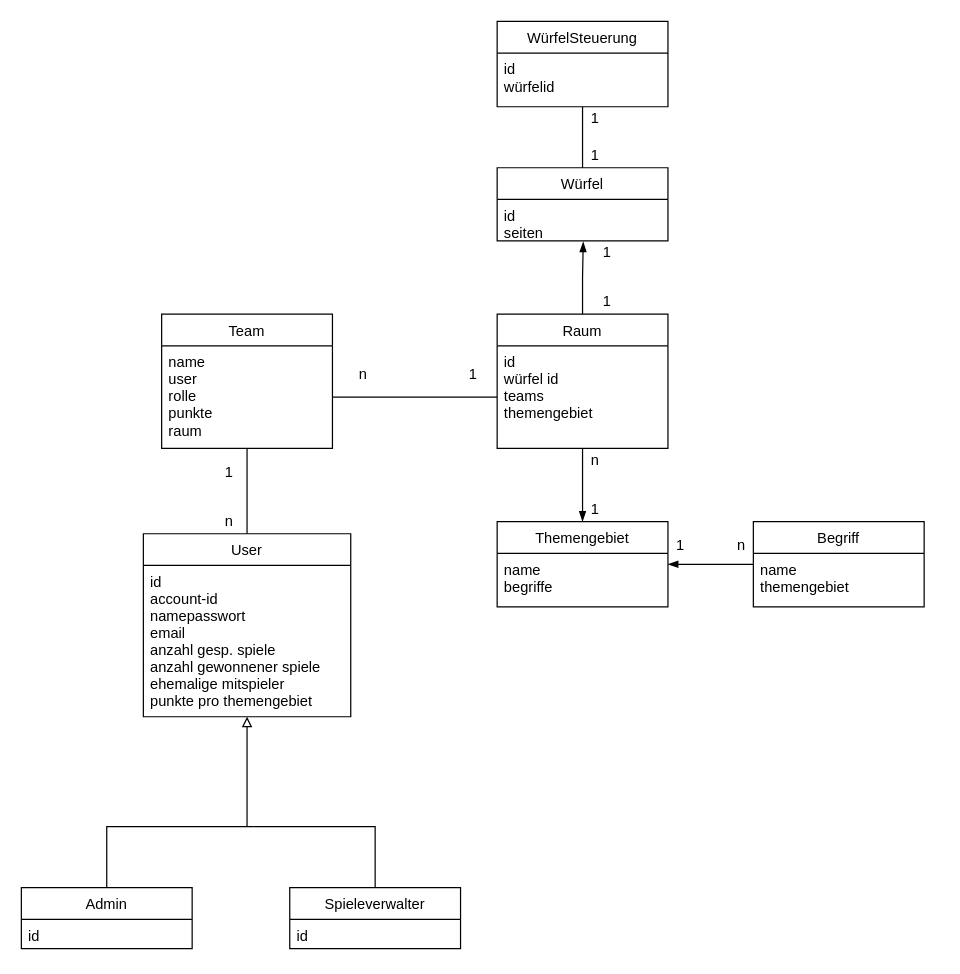
Earlier version of the draw.io diagram documentation/diagrams/class_diagram.drawio (BeyerMart/softwareEngineeringClass-timeGuessGame). Source tidied: cells renumbered, new cells numbered last; positions are measured from the earlier drawing's top-left corner, leaving out a move shared by most shapes. Both pictures are drawn from the tidied source at 122%, with x=0, y=0 at pixel (21, 21).
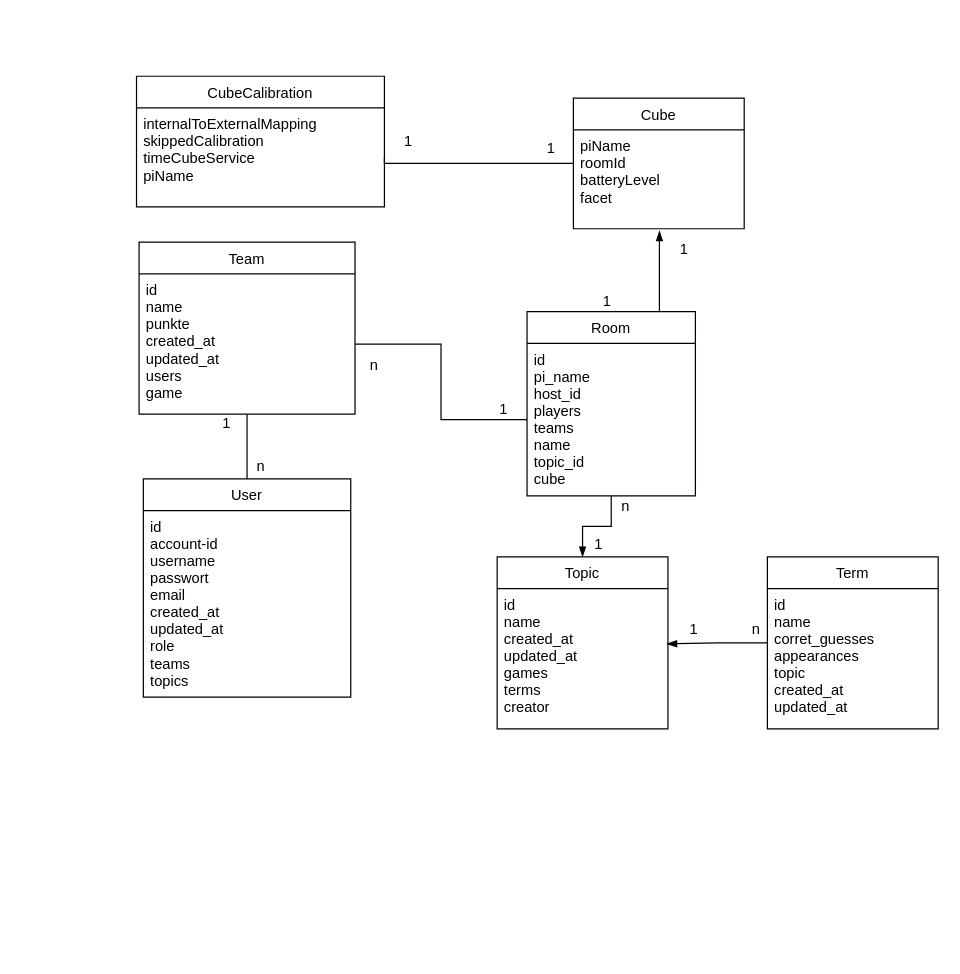
The same page after the edit.

Commit message (it also covers changes not shown here):
Update Concept (Class and Component Diagram)

What changed in the source:
```diff
@@
     <mxCell id="2" value="Team" style="swimlane;fontStyle=0;horizontal=1;startSize=26;fillColor=none;" parent="1" vertex="1">
-      <mxGeometry x="115" y="240" width="140" height="110" as="geometry" />
+      <mxGeometry x="96.5" y="181" width="177" height="141" as="geometry" />
     </mxCell>
-    <mxCell id="3" value="name&#10;user&#10;rolle&#10;punkte&#10;raum&#10;&#10;&#10;" style="text;strokeColor=none;fillColor=none;align=left;verticalAlign=top;spacingLeft=4;spacingRight=4;overflow=hidden;points=[[0,0.5],[1,0.5]];portConstraint=eastwest;" parent="2" vertex="1">
-      <mxGeometry y="26" width="140" height="84" as="geometry" />
+    <mxCell id="3" value="id&#10;name&#10;punkte&#10;created_at&#10;updated_at&#10;users&#10;game&#10;" style="text;strokeColor=none;fillColor=none;align=left;verticalAlign=top;spacingLeft=4;spacingRight=4;overflow=hidden;points=[[0,0.5],[1,0.5]];portConstraint=eastwest;" parent="2" vertex="1">
+      <mxGeometry y="26" width="177" height="115" as="geometry" />
     </mxCell>
@@
-    <mxCell id="5" style="edgeStyle=orthogonalEdgeStyle;rounded=0;jettySize=auto;html=1;endArrow=none;endFill=0;startArrow=block;startFill=0;" parent="1" edge="1" source="6">
-      <mxGeometry relative="1" as="geometry">
-        <mxPoint x="185" y="660" as="targetPoint" />
-      </mxGeometry>
-    </mxCell>
     <mxCell id="6" value="User" style="swimlane;fontStyle=0;horizontal=1;startSize=26;fillColor=none;" parent="1" vertex="1">
-      <mxGeometry x="100" y="420" width="170" height="150" as="geometry" />
+      <mxGeometry x="100" y="375" width="170" height="179" as="geometry" />
     </mxCell>
-    <mxCell id="7" value="id&#10;account-id&#10;namepasswort&#10;email&#10;anzahl gesp. spiele&#10;anzahl gewonnener spiele&#10;ehemalige mitspieler&#10;punkte pro themengebiet&#10;&#10;&#10;&#10;&#10;" style="text;strokeColor=none;fillColor=none;align=left;verticalAlign=top;spacingLeft=4;spacingRight=4;overflow=hidden;" parent="6" vertex="1">
-      <mxGeometry y="26" width="170" height="124" as="geometry" />
+    <mxCell id="7" value="id&#10;account-id&#10;username&#10;passwort&#10;email&#10;created_at&#10;updated_at&#10;role&#10;teams&#10;topics&#10;&#10;&#10;&#10;" style="text;strokeColor=none;fillColor=none;align=left;verticalAlign=top;spacingLeft=4;spacingRight=4;overflow=hidden;" parent="6" vertex="1">
+      <mxGeometry y="26" width="170" height="153" as="geometry" />
     </mxCell>
-    <mxCell id="8" style="edgeStyle=orthogonalEdgeStyle;rounded=0;jettySize=auto;html=1;endArrow=none;endFill=0;" parent="1" edge="1" source="9">
-      <mxGeometry relative="1" as="geometry">
-        <mxPoint x="190" y="660" as="targetPoint" />
-        <Array as="points">
-          <mxPoint x="70" y="660" />
-        </Array>
-      </mxGeometry>
-    </mxCell>
-    <mxCell id="9" value="Admin" style="swimlane;fontStyle=0;horizontal=1;startSize=26;fillColor=none;" parent="1" vertex="1">
-      <mxGeometry y="710" width="140" height="50" as="geometry" />
-    </mxCell>
-    <mxCell id="10" value="id" style="text;strokeColor=none;fillColor=none;align=left;verticalAlign=top;spacingLeft=4;spacingRight=4;overflow=hidden;" parent="9" vertex="1">
-      <mxGeometry y="26" width="140" height="24" as="geometry" />
-    </mxCell>
-    <mxCell id="11" style="edgeStyle=orthogonalEdgeStyle;rounded=0;jettySize=auto;html=1;endArrow=none;endFill=0;exitX=0.5;exitY=0;exitDx=0;exitDy=0;" parent="1" edge="1" source="12">
-      <mxGeometry relative="1" as="geometry">
-        <mxPoint x="190" y="660" as="targetPoint" />
-        <Array as="points">
-          <mxPoint x="290" y="660" />
-        </Array>
-      </mxGeometry>
-    </mxCell>
-    <mxCell id="12" value="Spieleverwalter" style="swimlane;fontStyle=0;horizontal=1;startSize=26;fillColor=none;" parent="1" vertex="1">
-      <mxGeometry x="220" y="710" width="140" height="50" as="geometry" />
-    </mxCell>
-    <mxCell id="13" value="id" style="text;strokeColor=none;fillColor=none;align=left;verticalAlign=top;spacingLeft=4;spacingRight=4;overflow=hidden;" parent="12" vertex="1">
-      <mxGeometry y="26" width="140" height="24" as="geometry" />
-    </mxCell>
     <mxCell id="14" style="edgeStyle=orthogonalEdgeStyle;rounded=0;jettySize=auto;html=1;entryX=0.504;entryY=1.02;entryDx=0;entryDy=0;entryPerimeter=0;endArrow=blockThin;endFill=1;" parent="1" edge="1" source="16" target="22">
-      <mxGeometry relative="1" as="geometry" />
+      <mxGeometry relative="1" as="geometry">
+        <Array as="points">
+          <mxPoint x="523" y="187" />
+          <mxPoint x="523" y="187" />
+        </Array>
+      </mxGeometry>
     </mxCell>
@@
-    <mxCell id="16" value="Raum" style="swimlane;fontStyle=0;horizontal=1;startSize=26;fillColor=none;" parent="1" vertex="1">
-      <mxGeometry x="390" y="240" width="140" height="110" as="geometry" />
+    <mxCell id="16" value="Room" style="swimlane;fontStyle=0;horizontal=1;startSize=26;fillColor=none;" parent="1" vertex="1">
+      <mxGeometry x="414.5" y="238" width="138" height="151" as="geometry" />
     </mxCell>
-    <mxCell id="17" value="id&#10;würfel id&#10;teams&#10;themengebiet&#10;" style="text;strokeColor=none;fillColor=none;align=left;verticalAlign=top;spacingLeft=4;spacingRight=4;overflow=hidden;points=[[0,0.5],[1,0.5]];portConstraint=eastwest;" parent="16" vertex="1">
-      <mxGeometry y="26" width="140" height="84" as="geometry" />
+    <mxCell id="17" value="id&#10;pi_name&#10;host_id&#10;players&#10;teams&#10;name&#10;topic_id&#10;cube&#10;" style="text;strokeColor=none;fillColor=none;align=left;verticalAlign=top;spacingLeft=4;spacingRight=4;overflow=hidden;points=[[0,0.5],[1,0.5]];portConstraint=eastwest;" parent="16" vertex="1">
+      <mxGeometry y="26" width="138" height="125" as="geometry" />
     </mxCell>
-    <mxCell id="18" value="Themengebiet" style="swimlane;fontStyle=0;horizontal=1;startSize=26;fillColor=none;" parent="1" vertex="1">
-      <mxGeometry x="390" y="410" width="140" height="70" as="geometry" />
+    <mxCell id="18" value="Topic" style="swimlane;fontStyle=0;horizontal=1;startSize=26;fillColor=none;" parent="1" vertex="1">
+      <mxGeometry x="390" y="439" width="140" height="141" as="geometry" />
     </mxCell>
-    <mxCell id="19" value="name&#10;begriffe&#10;" style="text;strokeColor=none;fillColor=none;align=left;verticalAlign=top;spacingLeft=4;spacingRight=4;overflow=hidden;points=[[0,0.5],[1,0.5]];portConstraint=eastwest;" parent="18" vertex="1">
-      <mxGeometry y="26" width="140" height="44" as="geometry" />
+    <mxCell id="19" value="id&#10;name&#10;created_at&#10;updated_at&#10;games&#10;terms&#10;creator&#10;" style="text;strokeColor=none;fillColor=none;align=left;verticalAlign=top;spacingLeft=4;spacingRight=4;overflow=hidden;points=[[0,0.5],[1,0.5]];portConstraint=eastwest;" parent="18" vertex="1">
+      <mxGeometry y="26" width="140" height="115" as="geometry" />
     </mxCell>
-    <mxCell id="20" style="edgeStyle=orthogonalEdgeStyle;rounded=0;jettySize=auto;html=1;entryX=0.5;entryY=1;entryDx=0;entryDy=0;endArrow=none;endFill=0;" parent="1" edge="1" source="21" target="26">
-      <mxGeometry relative="1" as="geometry" />
+    <mxCell id="20" style="edgeStyle=orthogonalEdgeStyle;rounded=0;jettySize=auto;html=1;entryX=1;entryY=0.5;entryDx=0;entryDy=0;endArrow=none;endFill=0;" parent="1" edge="1" source="21" target="27">
+      <mxGeometry relative="1" as="geometry">
+        <Array as="points">
+          <mxPoint x="298" y="117" />
+        </Array>
+      </mxGeometry>
     </mxCell>
-    <mxCell id="21" value="Würfel" style="swimlane;fontStyle=0;horizontal=1;startSize=26;fillColor=none;" parent="1" vertex="1">
-      <mxGeometry x="390" y="120" width="140" height="60" as="geometry" />
+    <mxCell id="21" value="Cube" style="swimlane;fontStyle=0;horizontal=1;startSize=26;fillColor=none;" parent="1" vertex="1">
+      <mxGeometry x="452.5" y="63" width="140" height="107" as="geometry" />
     </mxCell>
-    <mxCell id="22" value="id&#10;seiten&#10;&#10;" style="text;strokeColor=none;fillColor=none;align=left;verticalAlign=top;spacingLeft=4;spacingRight=4;overflow=hidden;points=[[0,0.5],[1,0.5]];portConstraint=eastwest;" parent="21" vertex="1">
-      <mxGeometry y="26" width="140" height="34" as="geometry" />
+    <mxCell id="22" value="piName&#10;roomId&#10;batteryLevel&#10;facet&#10;&#10;" style="text;strokeColor=none;fillColor=none;align=left;verticalAlign=top;spacingLeft=4;spacingRight=4;overflow=hidden;points=[[0,0.5],[1,0.5]];portConstraint=eastwest;" parent="21" vertex="1">
+      <mxGeometry y="26" width="140" height="81" as="geometry" />
     </mxCell>
-    <mxCell id="23" style="edgeStyle=orthogonalEdgeStyle;rounded=0;jettySize=auto;html=1;entryX=1;entryY=0.205;entryDx=0;entryDy=0;entryPerimeter=0;endArrow=blockThin;endFill=1;" parent="1" edge="1" source="24" target="19">
+    <mxCell id="23" style="edgeStyle=orthogonalEdgeStyle;rounded=0;jettySize=auto;html=1;entryX=0.993;entryY=0.394;entryDx=0;entryDy=0;entryPerimeter=0;endArrow=blockThin;endFill=1;" parent="1" edge="1" source="24" target="19">
       <mxGeometry relative="1" as="geometry" />
     </mxCell>
-    <mxCell id="24" value="Begriff" style="swimlane;fontStyle=0;horizontal=1;startSize=26;fillColor=none;" parent="1" vertex="1">
-      <mxGeometry x="600" y="410" width="140" height="70" as="geometry" />
+    <mxCell id="24" value="Term" style="swimlane;fontStyle=0;horizontal=1;startSize=26;fillColor=none;" parent="1" vertex="1">
+      <mxGeometry x="611.5" y="439" width="140" height="141" as="geometry" />
     </mxCell>
-    <mxCell id="25" value="name&#10;themengebiet&#10;" style="text;strokeColor=none;fillColor=none;align=left;verticalAlign=top;spacingLeft=4;spacingRight=4;overflow=hidden;" parent="24" vertex="1">
-      <mxGeometry y="26" width="140" height="44" as="geometry" />
+    <mxCell id="25" value="id&#10;name&#10;corret_guesses&#10;appearances&#10;topic&#10;created_at&#10;updated_at" style="text;strokeColor=none;fillColor=none;align=left;verticalAlign=top;spacingLeft=4;spacingRight=4;overflow=hidden;" parent="24" vertex="1">
+      <mxGeometry y="26" width="140" height="115" as="geometry" />
     </mxCell>
-    <mxCell id="26" value="WürfelSteuerung" style="swimlane;fontStyle=0;horizontal=1;startSize=26;fillColor=none;" parent="1" vertex="1">
-      <mxGeometry x="390" width="140" height="70" as="geometry" />
+    <mxCell id="26" value="CubeCalibration" style="swimlane;fontStyle=0;horizontal=1;startSize=26;fillColor=none;" parent="1" vertex="1">
+      <mxGeometry x="94.4" y="45" width="203.2" height="107" as="geometry" />
     </mxCell>
-    <mxCell id="27" value="id&#10;würfelid&#10;" style="text;strokeColor=none;fillColor=none;align=left;verticalAlign=top;spacingLeft=4;spacingRight=4;overflow=hidden;points=[[0,0.5],[1,0.5]];portConstraint=eastwest;" parent="26" vertex="1">
-      <mxGeometry y="26" width="140" height="44" as="geometry" />
+    <mxCell id="27" value="internalToExternalMapping&#10;skippedCalibration&#10;timeCubeService&#10;piName" style="text;strokeColor=none;fillColor=none;align=left;verticalAlign=top;spacingLeft=4;spacingRight=4;overflow=hidden;points=[[0,0.5],[1,0.5]];portConstraint=eastwest;" parent="26" vertex="1">
+      <mxGeometry y="26" width="203.2" height="81" as="geometry" />
     </mxCell>
     <mxCell id="28" value="n" style="text;html=1;align=center;verticalAlign=middle;" parent="1" vertex="1">
-      <mxGeometry x="160" y="400" width="20" height="20" as="geometry" />
+      <mxGeometry x="186" y="355" width="20" height="20" as="geometry" />
     </mxCell>
     <mxCell id="29" value="1" style="text;html=1;align=center;verticalAlign=middle;" parent="1" vertex="1">
-      <mxGeometry x="530" y="420" width="20" height="20" as="geometry" />
+      <mxGeometry x="540.5" y="489" width="20" height="20" as="geometry" />
     </mxCell>
     <mxCell id="30" value="n" style="text;html=1;align=center;verticalAlign=middle;" parent="1" vertex="1">
-      <mxGeometry x="580" y="420" width="20" height="20" as="geometry" />
+      <mxGeometry x="591.5" y="489" width="20" height="20" as="geometry" />
     </mxCell>
     <mxCell id="31" value="1" style="text;html=1;align=center;verticalAlign=middle;" parent="1" vertex="1">
-      <mxGeometry x="470" y="180" width="20" height="20" as="geometry" />
+      <mxGeometry x="532.5" y="177" width="20" height="20" as="geometry" />
     </mxCell>
@@
-    <mxCell id="33" value="1" style="text;html=1;align=center;verticalAlign=middle;" parent="1" vertex="1">
-      <mxGeometry x="460" y="390" width="20" height="20" as="geometry" />
+    <mxCell id="33" value="n" style="text;html=1;align=center;verticalAlign=middle;" parent="1" vertex="1">
+      <mxGeometry x="486" y="389" width="17" height="18" as="geometry" />
     </mxCell>
-    <mxCell id="34" value="n" style="text;html=1;align=center;verticalAlign=middle;" parent="1" vertex="1">
-      <mxGeometry x="460" y="350" width="20" height="20" as="geometry" />
-    </mxCell>
     <mxCell id="35" value="1" style="text;html=1;align=center;verticalAlign=middle;" parent="1" vertex="1">
-      <mxGeometry x="460" y="70" width="20" height="20" as="geometry" />
+      <mxGeometry x="424" y="94" width="20" height="20" as="geometry" />
     </mxCell>
     <mxCell id="36" value="1" style="text;html=1;align=center;verticalAlign=middle;" parent="1" vertex="1">
-      <mxGeometry x="460" y="100" width="20" height="20" as="geometry" />
+      <mxGeometry x="307" y="88.5" width="20" height="20" as="geometry" />
     </mxCell>
     <mxCell id="37" value="1" style="text;html=1;align=center;verticalAlign=middle;" parent="1" vertex="1">
-      <mxGeometry x="160" y="360" width="20" height="20" as="geometry" />
+      <mxGeometry x="158" y="320" width="20" height="20" as="geometry" />
     </mxCell>
@@
     <mxCell id="39" value="n" style="text;html=1;align=center;verticalAlign=middle;" parent="1" vertex="1">
-      <mxGeometry x="270" y="280" width="20" height="20" as="geometry" />
+      <mxGeometry x="279" y="272" width="20" height="20" as="geometry" />
     </mxCell>
     <mxCell id="40" value="1" style="text;html=1;align=center;verticalAlign=middle;" parent="1" vertex="1">
-      <mxGeometry x="360" y="280" width="20" height="20" as="geometry" />
+      <mxGeometry x="385" y="308" width="20" height="20" as="geometry" />
     </mxCell>
+    <mxCell id="41" value="1" style="text;html=1;align=center;verticalAlign=middle;" parent="1" vertex="1">
+      <mxGeometry x="463" y="419" width="20" height="20" as="geometry" />
+    </mxCell>
```
